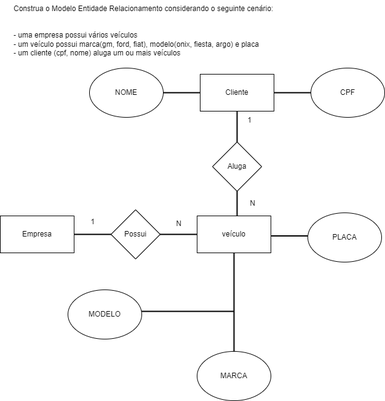
Above: 1.1-exercicio-pessoa-telefone-Página-3.drawio.png in matheuslima15lima/novo-projeto (draw.io), before the change. Source tidied: cells renumbered, new cells last; positions are measured from the earlier drawing's top-left corner, leaving out a move shared by most shapes.
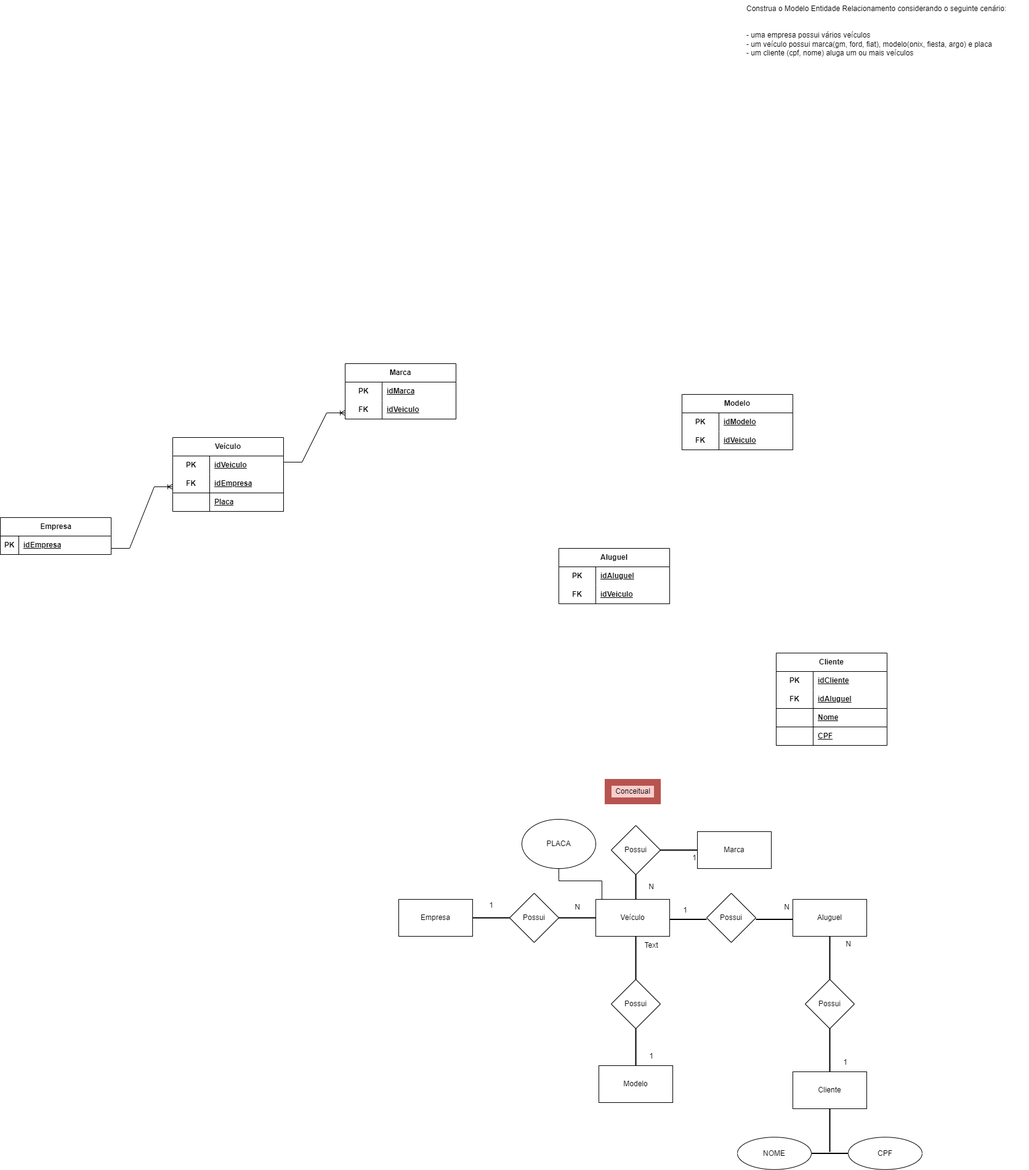
Above is the later version.

Commit message:
adicionando novos diagramas

The edit, as a diff of the source:
```diff
@@ -5,3 +5,3 @@
     <mxCell id="2" value="Construa o Modelo Entidade Relacionamento considerando o seguinte cenário:&#10;&#10;&#10;- uma empresa possui vários veículos&#10;- um veículo possui marca(gm, ford, fiat), modelo(onix, fiesta, argo) e placa&#10;- um cliente (cpf, nome) aluga um ou mais veículos" style="text;whiteSpace=wrap;" parent="1" vertex="1">
-      <mxGeometry x="20" width="460" height="110" as="geometry" />
+      <mxGeometry x="563" y="-1110" width="460" height="110" as="geometry" />
     </mxCell>
@@ -13,3 +13,3 @@
     </mxCell>
-    <mxCell id="5" value="veículo" style="rounded=0;whiteSpace=wrap;html=1;" parent="1" vertex="1">
+    <mxCell id="5" value="Veículo" style="rounded=0;whiteSpace=wrap;html=1;" parent="1" vertex="1">
       <mxGeometry x="320" y="350" width="120" height="60" as="geometry" />
@@ -28,4 +28,4 @@
     </mxCell>
-    <mxCell id="10" value="Cliente" style="rounded=0;whiteSpace=wrap;html=1;" parent="1" vertex="1">
-      <mxGeometry x="325" y="120" width="120" height="60" as="geometry" />
+    <mxCell id="10" value="Marca" style="rounded=0;whiteSpace=wrap;html=1;" parent="1" vertex="1">
+      <mxGeometry x="485" y="240" width="120" height="60" as="geometry" />
     </mxCell>
@@ -34,11 +34,5 @@
     </mxCell>
-    <mxCell id="12" value="Aluga" style="rhombus;whiteSpace=wrap;html=1;" parent="1" vertex="1">
+    <mxCell id="12" value="Possui" style="rhombus;whiteSpace=wrap;html=1;" parent="1" vertex="1">
       <mxGeometry x="345" y="230" width="80" height="80" as="geometry" />
     </mxCell>
-    <mxCell id="13" style="line;strokeWidth=2;direction=south;html=1;" parent="1" vertex="1">
-      <mxGeometry x="380" y="180" width="10" height="50" as="geometry" />
-    </mxCell>
-    <mxCell id="14" value="1" style="text;html=1;align=center;verticalAlign=middle;strokeColor=none;fillColor=none;" parent="1" vertex="1">
-      <mxGeometry x="390" y="180" width="30" height="30" as="geometry" />
-    </mxCell>
     <mxCell id="15" value="N" style="text;html=1;align=center;verticalAlign=middle;strokeColor=none;fillColor=none;" parent="1" vertex="1">
@@ -46,32 +40,252 @@
     </mxCell>
-    <mxCell id="16" style="line;strokeWidth=2;html=1;" parent="1" vertex="1">
-      <mxGeometry x="445" y="147.5" width="60" height="5" as="geometry" />
-    </mxCell>
+    <mxCell id="20" style="line;strokeWidth=2;html=1;" parent="1" vertex="1">
+      <mxGeometry x="440" y="380" width="60" height="5" as="geometry" />
+    </mxCell>
+    <mxCell id="23" style="line;strokeWidth=2;direction=south;html=1;" parent="1" vertex="1">
+      <mxGeometry x="380" y="410" width="10" height="70" as="geometry" />
+    </mxCell>
+    <mxCell id="26" value="Possui" style="rhombus;whiteSpace=wrap;html=1;" parent="1" vertex="1">
+      <mxGeometry x="345" y="480" width="80" height="80" as="geometry" />
+    </mxCell>
+    <mxCell id="27" style="line;strokeWidth=2;direction=south;html=1;" parent="1" vertex="1">
+      <mxGeometry x="380" y="560" width="10" height="70" as="geometry" />
+    </mxCell>
+    <mxCell id="28" value="Modelo" style="rounded=0;whiteSpace=wrap;html=1;" parent="1" vertex="1">
+      <mxGeometry x="325" y="620" width="120" height="60" as="geometry" />
+    </mxCell>
+    <mxCell id="29" style="edgeStyle=elbowEdgeStyle;elbow=vertical;endArrow=classic;html=1;curved=0;rounded=0;endSize=8;startSize=8;" parent="1" edge="1">
+      <mxGeometry relative="1" as="geometry">
+        <mxPoint x="330" y="350" as="sourcePoint" />
+        <mxPoint x="260" y="290" as="targetPoint" />
+        <Array as="points">
+          <mxPoint x="340" y="320" />
+        </Array>
+      </mxGeometry>
+    </mxCell>
+    <mxCell id="30" value="Possui" style="rhombus;whiteSpace=wrap;html=1;" parent="1" vertex="1">
+      <mxGeometry x="500" y="340" width="80" height="80" as="geometry" />
+    </mxCell>
+    <mxCell id="31" style="line;strokeWidth=2;html=1;" parent="1" vertex="1">
+      <mxGeometry x="580" y="380" width="60" height="5" as="geometry" />
+    </mxCell>
+    <mxCell id="32" value="Aluguel" style="rounded=0;whiteSpace=wrap;html=1;" parent="1" vertex="1">
+      <mxGeometry x="640" y="350" width="120" height="60" as="geometry" />
+    </mxCell>
+    <mxCell id="33" value="1" style="text;html=1;align=center;verticalAlign=middle;strokeColor=none;fillColor=none;" parent="1" vertex="1">
+      <mxGeometry x="395" y="590" width="30" height="30" as="geometry" />
+    </mxCell>
+    <mxCell id="34" value="Text" style="text;html=1;align=center;verticalAlign=middle;strokeColor=none;fillColor=none;" parent="1" vertex="1">
+      <mxGeometry x="385" y="410" width="50" height="30" as="geometry" />
+    </mxCell>
+    <mxCell id="35" style="line;strokeWidth=2;direction=south;html=1;" parent="1" vertex="1">
+      <mxGeometry x="695" y="410" width="10" height="70" as="geometry" />
+    </mxCell>
+    <mxCell id="36" value="Possui" style="rhombus;whiteSpace=wrap;html=1;" parent="1" vertex="1">
+      <mxGeometry x="660" y="480" width="80" height="80" as="geometry" />
+    </mxCell>
+    <mxCell id="37" style="line;strokeWidth=2;direction=south;html=1;" parent="1" vertex="1">
+      <mxGeometry x="695" y="560" width="10" height="70" as="geometry" />
+    </mxCell>
+    <mxCell id="38" value="Cliente" style="rounded=0;whiteSpace=wrap;html=1;" parent="1" vertex="1">
+      <mxGeometry x="640" y="630" width="120" height="60" as="geometry" />
+    </mxCell>
+    <mxCell id="39" value="1" style="text;html=1;align=center;verticalAlign=middle;strokeColor=none;fillColor=none;" parent="1" vertex="1">
+      <mxGeometry x="450" y="352.5" width="30" height="30" as="geometry" />
+    </mxCell>
+    <mxCell id="40" value="N" style="text;html=1;align=center;verticalAlign=middle;strokeColor=none;fillColor=none;" parent="1" vertex="1">
+      <mxGeometry x="615" y="348" width="30" height="30" as="geometry" />
+    </mxCell>
+    <mxCell id="41" value="N" style="text;html=1;align=center;verticalAlign=middle;strokeColor=none;fillColor=none;" parent="1" vertex="1">
+      <mxGeometry x="715" y="408" width="30" height="30" as="geometry" />
+    </mxCell>
+    <mxCell id="42" value="1" style="text;html=1;align=center;verticalAlign=middle;strokeColor=none;fillColor=none;" parent="1" vertex="1">
+      <mxGeometry x="710" y="600" width="30" height="30" as="geometry" />
+    </mxCell>
+    <mxCell id="43" style="line;strokeWidth=2;direction=south;html=1;" parent="1" vertex="1">
+      <mxGeometry x="695" y="690" width="10" height="70" as="geometry" />
+    </mxCell>
+    <mxCell id="44" style="line;strokeWidth=2;html=1;" parent="1" vertex="1">
+      <mxGeometry x="670" y="760" width="60" height="5" as="geometry" />
+    </mxCell>
+    <mxCell id="19" value="NOME" style="ellipse;whiteSpace=wrap;html=1;" parent="1" vertex="1">
+      <mxGeometry x="550" y="736.2" width="120" height="52.5" as="geometry" />
+    </mxCell>
     <mxCell id="17" value="CPF" style="ellipse;whiteSpace=wrap;html=1;" parent="1" vertex="1">
-      <mxGeometry x="505" y="110" width="120" height="80" as="geometry" />
+      <mxGeometry x="730" y="736.2" width="120" height="52.5" as="geometry" />
     </mxCell>
-    <mxCell id="18" style="line;strokeWidth=2;html=1;" parent="1" vertex="1">
-      <mxGeometry x="265" y="138.8" width="60" height="22.5" as="geometry" />
-    </mxCell>
-    <mxCell id="19" value="NOME" style="ellipse;whiteSpace=wrap;html=1;" parent="1" vertex="1">
-      <mxGeometry x="145" y="110" width="120" height="80" as="geometry" />
-    </mxCell>
-    <mxCell id="20" style="line;strokeWidth=2;html=1;" parent="1" vertex="1">
-      <mxGeometry x="440" y="380" width="60" height="5" as="geometry" />
-    </mxCell>
     <mxCell id="21" value="PLACA" style="ellipse;whiteSpace=wrap;html=1;" parent="1" vertex="1">
-      <mxGeometry x="500" y="345" width="120" height="80" as="geometry" />
+      <mxGeometry x="200" y="220" width="120" height="80" as="geometry" />
     </mxCell>
-    <mxCell id="22" value="MARCA" style="ellipse;whiteSpace=wrap;html=1;" parent="1" vertex="1">
-      <mxGeometry x="320" y="570" width="120" height="80" as="geometry" />
-    </mxCell>
-    <mxCell id="23" style="line;strokeWidth=2;direction=south;html=1;" parent="1" vertex="1">
-      <mxGeometry x="375" y="410" width="10" height="160" as="geometry" />
-    </mxCell>
-    <mxCell id="24" style="line;strokeWidth=2;html=1;" parent="1" vertex="1">
-      <mxGeometry x="220" y="500" width="160" height="10" as="geometry" />
-    </mxCell>
-    <mxCell id="25" value="MODELO" style="ellipse;whiteSpace=wrap;html=1;" parent="1" vertex="1">
-      <mxGeometry x="110" y="470" width="120" height="80" as="geometry" />
-    </mxCell>
+    <mxCell id="45" style="line;strokeWidth=2;html=1;" parent="1" vertex="1">
+      <mxGeometry x="425" y="210" width="60" height="120" as="geometry" />
+    </mxCell>
+    <mxCell id="46" value="1" style="text;html=1;align=center;verticalAlign=middle;strokeColor=none;fillColor=none;" parent="1" vertex="1">
+      <mxGeometry x="465" y="268" width="30" height="30" as="geometry" />
+    </mxCell>
+    <mxCell id="47" value="Empresa" style="shape=table;startSize=30;rowLines=0;fontStyle=1;align=center;html=1;" parent="1" vertex="1">
+      <mxGeometry x="-647" y="-270" width="180" height="60" as="geometry" />
+    </mxCell>
+    <mxCell id="48" style="shape=tableRow;horizontal=0;startSize=0;swimlaneHead=0;swimlaneBody=0;fillColor=none;top=0;left=0;right=0;bottom=1;" parent="47" vertex="1">
+      <mxGeometry y="30" width="180" height="30" as="geometry" />
+    </mxCell>
+    <mxCell id="49" value="PK" style="shape=partialRectangle;fillColor=none;top=0;left=0;bottom=0;right=0;fontStyle=1;overflow=hidden;whiteSpace=wrap;html=1;" parent="48" vertex="1">
+      <mxGeometry width="30" height="30" as="geometry" />
+    </mxCell>
+    <mxCell id="50" value="idEmpresa" style="shape=partialRectangle;fillColor=none;top=0;left=0;bottom=0;right=0;align=left;spacingLeft=6;fontStyle=5;overflow=hidden;whiteSpace=wrap;html=1;" parent="48" vertex="1">
+      <mxGeometry x="30" width="150" height="30" as="geometry" />
+    </mxCell>
+    <mxCell id="51" value="Veículo" style="shape=table;startSize=30;rowLines=0;fontStyle=1;align=center;html=1;whiteSpace=wrap;" parent="1" vertex="1">
+      <mxGeometry x="-367" y="-400" width="180" height="120" as="geometry" />
+    </mxCell>
+    <mxCell id="52" style="shape=tableRow;horizontal=0;startSize=0;swimlaneHead=0;swimlaneBody=0;fillColor=none;top=0;left=0;right=0;bottom=0;html=1;" parent="51" vertex="1">
+      <mxGeometry y="30" width="180" height="30" as="geometry" />
+    </mxCell>
+    <mxCell id="53" value="PK" style="shape=partialRectangle;fillColor=none;top=0;left=0;bottom=0;right=0;fontStyle=1;overflow=hidden;html=1;whiteSpace=wrap;" parent="52" vertex="1">
+      <mxGeometry width="60" height="30" as="geometry" />
+    </mxCell>
+    <mxCell id="54" value="idVeiculo" style="shape=partialRectangle;fillColor=none;top=0;left=0;bottom=0;right=0;align=left;spacingLeft=6;fontStyle=5;overflow=hidden;html=1;whiteSpace=wrap;" parent="52" vertex="1">
+      <mxGeometry x="60" width="120" height="30" as="geometry" />
+    </mxCell>
+    <mxCell id="55" style="shape=tableRow;horizontal=0;startSize=0;swimlaneHead=0;swimlaneBody=0;fillColor=none;top=0;left=0;right=0;bottom=1;html=1;" parent="51" vertex="1">
+      <mxGeometry y="60" width="180" height="30" as="geometry" />
+    </mxCell>
+    <mxCell id="56" value="FK" style="shape=partialRectangle;fillColor=none;top=0;left=0;bottom=0;right=0;fontStyle=1;overflow=hidden;html=1;whiteSpace=wrap;" parent="55" vertex="1">
+      <mxGeometry width="60" height="30" as="geometry" />
+    </mxCell>
+    <mxCell id="57" value="idEmpresa" style="shape=partialRectangle;fillColor=none;top=0;left=0;bottom=0;right=0;align=left;spacingLeft=6;fontStyle=5;overflow=hidden;html=1;whiteSpace=wrap;" parent="55" vertex="1">
+      <mxGeometry x="60" width="120" height="30" as="geometry" />
+    </mxCell>
+    <mxCell id="58" style="shape=tableRow;horizontal=0;startSize=0;swimlaneHead=0;swimlaneBody=0;fillColor=none;top=0;left=0;right=0;bottom=1;html=1;" parent="51" vertex="1">
+      <mxGeometry y="90" width="180" height="30" as="geometry" />
+    </mxCell>
+    <mxCell id="59" style="shape=partialRectangle;fillColor=none;top=0;left=0;bottom=0;right=0;fontStyle=1;overflow=hidden;html=1;whiteSpace=wrap;" parent="58" vertex="1">
+      <mxGeometry width="60" height="30" as="geometry" />
+    </mxCell>
+    <mxCell id="60" value="Placa" style="shape=partialRectangle;fillColor=none;top=0;left=0;bottom=0;right=0;align=left;spacingLeft=6;fontStyle=5;overflow=hidden;html=1;whiteSpace=wrap;" parent="58" vertex="1">
+      <mxGeometry x="60" width="120" height="30" as="geometry" />
+    </mxCell>
+    <mxCell id="61" value="Aluguel" style="shape=table;startSize=30;rowLines=0;fontStyle=1;align=center;html=1;whiteSpace=wrap;" parent="1" vertex="1">
+      <mxGeometry x="260" y="-220" width="180" height="90" as="geometry" />
+    </mxCell>
+    <mxCell id="62" style="shape=tableRow;horizontal=0;startSize=0;swimlaneHead=0;swimlaneBody=0;fillColor=none;top=0;left=0;right=0;bottom=0;html=1;" parent="61" vertex="1">
+      <mxGeometry y="30" width="180" height="30" as="geometry" />
+    </mxCell>
+    <mxCell id="63" value="PK" style="shape=partialRectangle;fillColor=none;top=0;left=0;bottom=0;right=0;fontStyle=1;overflow=hidden;html=1;whiteSpace=wrap;" parent="62" vertex="1">
+      <mxGeometry width="60" height="30" as="geometry" />
+    </mxCell>
+    <mxCell id="64" value="idAluguel" style="shape=partialRectangle;fillColor=none;top=0;left=0;bottom=0;right=0;align=left;spacingLeft=6;fontStyle=5;overflow=hidden;html=1;whiteSpace=wrap;" parent="62" vertex="1">
+      <mxGeometry x="60" width="120" height="30" as="geometry" />
+    </mxCell>
+    <mxCell id="65" style="shape=tableRow;horizontal=0;startSize=0;swimlaneHead=0;swimlaneBody=0;fillColor=none;top=0;left=0;right=0;bottom=1;html=1;" parent="61" vertex="1">
+      <mxGeometry y="60" width="180" height="30" as="geometry" />
+    </mxCell>
+    <mxCell id="66" value="FK" style="shape=partialRectangle;fillColor=none;top=0;left=0;bottom=0;right=0;fontStyle=1;overflow=hidden;html=1;whiteSpace=wrap;" parent="65" vertex="1">
+      <mxGeometry width="60" height="30" as="geometry" />
+    </mxCell>
+    <mxCell id="67" value="idVeiculo" style="shape=partialRectangle;fillColor=none;top=0;left=0;bottom=0;right=0;align=left;spacingLeft=6;fontStyle=5;overflow=hidden;html=1;whiteSpace=wrap;" parent="65" vertex="1">
+      <mxGeometry x="60" width="120" height="30" as="geometry" />
+    </mxCell>
+    <mxCell id="68" value="Modelo" style="shape=table;startSize=30;rowLines=0;fontStyle=1;align=center;html=1;whiteSpace=wrap;" parent="1" vertex="1">
+      <mxGeometry x="460" y="-470" width="180" height="90" as="geometry" />
+    </mxCell>
+    <mxCell id="69" style="shape=tableRow;horizontal=0;startSize=0;swimlaneHead=0;swimlaneBody=0;fillColor=none;top=0;left=0;right=0;bottom=0;html=1;" parent="68" vertex="1">
+      <mxGeometry y="30" width="180" height="30" as="geometry" />
+    </mxCell>
+    <mxCell id="70" value="PK" style="shape=partialRectangle;fillColor=none;top=0;left=0;bottom=0;right=0;fontStyle=1;overflow=hidden;html=1;whiteSpace=wrap;" parent="69" vertex="1">
+      <mxGeometry width="60" height="30" as="geometry" />
+    </mxCell>
+    <mxCell id="71" value="idModelo" style="shape=partialRectangle;fillColor=none;top=0;left=0;bottom=0;right=0;align=left;spacingLeft=6;fontStyle=5;overflow=hidden;html=1;whiteSpace=wrap;" parent="69" vertex="1">
+      <mxGeometry x="60" width="120" height="30" as="geometry" />
+    </mxCell>
+    <mxCell id="72" style="shape=tableRow;horizontal=0;startSize=0;swimlaneHead=0;swimlaneBody=0;fillColor=none;top=0;left=0;right=0;bottom=1;html=1;" parent="68" vertex="1">
+      <mxGeometry y="60" width="180" height="30" as="geometry" />
+    </mxCell>
+    <mxCell id="73" value="FK" style="shape=partialRectangle;fillColor=none;top=0;left=0;bottom=0;right=0;fontStyle=1;overflow=hidden;html=1;whiteSpace=wrap;" parent="72" vertex="1">
+      <mxGeometry width="60" height="30" as="geometry" />
+    </mxCell>
+    <mxCell id="74" value="idVeiculo" style="shape=partialRectangle;fillColor=none;top=0;left=0;bottom=0;right=0;align=left;spacingLeft=6;fontStyle=5;overflow=hidden;html=1;whiteSpace=wrap;" parent="72" vertex="1">
+      <mxGeometry x="60" width="120" height="30" as="geometry" />
+    </mxCell>
+    <mxCell id="75" value="Cliente" style="shape=table;startSize=30;rowLines=0;fontStyle=1;align=center;html=1;whiteSpace=wrap;" parent="1" vertex="1">
+      <mxGeometry x="613" y="-50" width="180" height="150" as="geometry" />
+    </mxCell>
+    <mxCell id="76" style="shape=tableRow;horizontal=0;startSize=0;swimlaneHead=0;swimlaneBody=0;fillColor=none;top=0;left=0;right=0;bottom=0;html=1;" parent="75" vertex="1">
+      <mxGeometry y="30" width="180" height="30" as="geometry" />
+    </mxCell>
+    <mxCell id="77" value="PK" style="shape=partialRectangle;fillColor=none;top=0;left=0;bottom=0;right=0;fontStyle=1;overflow=hidden;html=1;whiteSpace=wrap;" parent="76" vertex="1">
+      <mxGeometry width="60" height="30" as="geometry" />
+    </mxCell>
+    <mxCell id="78" value="idCliente" style="shape=partialRectangle;fillColor=none;top=0;left=0;bottom=0;right=0;align=left;spacingLeft=6;fontStyle=5;overflow=hidden;html=1;whiteSpace=wrap;" parent="76" vertex="1">
+      <mxGeometry x="60" width="120" height="30" as="geometry" />
+    </mxCell>
+    <mxCell id="79" style="shape=tableRow;horizontal=0;startSize=0;swimlaneHead=0;swimlaneBody=0;fillColor=none;top=0;left=0;right=0;bottom=1;html=1;" parent="75" vertex="1">
+      <mxGeometry y="60" width="180" height="30" as="geometry" />
+    </mxCell>
+    <mxCell id="80" value="FK" style="shape=partialRectangle;fillColor=none;top=0;left=0;bottom=0;right=0;fontStyle=1;overflow=hidden;html=1;whiteSpace=wrap;" parent="79" vertex="1">
+      <mxGeometry width="60" height="30" as="geometry" />
+    </mxCell>
+    <mxCell id="81" value="idAluguel" style="shape=partialRectangle;fillColor=none;top=0;left=0;bottom=0;right=0;align=left;spacingLeft=6;fontStyle=5;overflow=hidden;html=1;whiteSpace=wrap;" parent="79" vertex="1">
+      <mxGeometry x="60" width="120" height="30" as="geometry" />
+    </mxCell>
+    <mxCell id="82" style="shape=tableRow;horizontal=0;startSize=0;swimlaneHead=0;swimlaneBody=0;fillColor=none;top=0;left=0;right=0;bottom=1;html=1;" parent="75" vertex="1">
+      <mxGeometry y="90" width="180" height="30" as="geometry" />
+    </mxCell>
+    <mxCell id="83" style="shape=partialRectangle;fillColor=none;top=0;left=0;bottom=0;right=0;fontStyle=1;overflow=hidden;html=1;whiteSpace=wrap;" parent="82" vertex="1">
+      <mxGeometry width="60" height="30" as="geometry" />
+    </mxCell>
+    <mxCell id="84" value="Nome" style="shape=partialRectangle;fillColor=none;top=0;left=0;bottom=0;right=0;align=left;spacingLeft=6;fontStyle=5;overflow=hidden;html=1;whiteSpace=wrap;" parent="82" vertex="1">
+      <mxGeometry x="60" width="120" height="30" as="geometry" />
+    </mxCell>
+    <mxCell id="85" style="shape=tableRow;horizontal=0;startSize=0;swimlaneHead=0;swimlaneBody=0;fillColor=none;top=0;left=0;right=0;bottom=1;html=1;" parent="75" vertex="1">
+      <mxGeometry y="120" width="180" height="30" as="geometry" />
+    </mxCell>
+    <mxCell id="86" style="shape=partialRectangle;fillColor=none;top=0;left=0;bottom=0;right=0;fontStyle=1;overflow=hidden;html=1;whiteSpace=wrap;" parent="85" vertex="1">
+      <mxGeometry width="60" height="30" as="geometry" />
+    </mxCell>
+    <mxCell id="87" value="CPF" style="shape=partialRectangle;fillColor=none;top=0;left=0;bottom=0;right=0;align=left;spacingLeft=6;fontStyle=5;overflow=hidden;html=1;whiteSpace=wrap;" parent="85" vertex="1">
+      <mxGeometry x="60" width="120" height="30" as="geometry" />
+    </mxCell>
+    <mxCell id="88" value="Conceitual" style="text;html=1;align=center;verticalAlign=middle;strokeColor=#b85450;fillColor=#f8cecc;strokeWidth=11;" parent="1" vertex="1">
+      <mxGeometry x="340" y="160" width="80" height="30" as="geometry" />
+    </mxCell>
+    <mxCell id="89" style="edgeStyle=entityRelationEdgeStyle;fontSize=12;html=1;endArrow=ERoneToMany;rounded=0;" parent="1" edge="1">
+      <mxGeometry relative="1" as="geometry">
+        <mxPoint x="-467" y="-220" as="sourcePoint" />
+        <mxPoint x="-367" y="-320" as="targetPoint" />
+      </mxGeometry>
+    </mxCell>
+    <mxCell id="90" value="Marca" style="shape=table;startSize=30;rowLines=0;fontStyle=1;align=center;html=1;whiteSpace=wrap;" parent="1" vertex="1">
+      <mxGeometry x="-87" y="-520" width="180" height="90" as="geometry" />
+    </mxCell>
+    <mxCell id="91" style="shape=tableRow;horizontal=0;startSize=0;swimlaneHead=0;swimlaneBody=0;fillColor=none;top=0;left=0;right=0;bottom=0;html=1;" parent="90" vertex="1">
+      <mxGeometry y="30" width="180" height="30" as="geometry" />
+    </mxCell>
+    <mxCell id="92" value="PK" style="shape=partialRectangle;fillColor=none;top=0;left=0;bottom=0;right=0;fontStyle=1;overflow=hidden;html=1;whiteSpace=wrap;" parent="91" vertex="1">
+      <mxGeometry width="60" height="30" as="geometry" />
+    </mxCell>
+    <mxCell id="93" value="idMarca" style="shape=partialRectangle;fillColor=none;top=0;left=0;bottom=0;right=0;align=left;spacingLeft=6;fontStyle=5;overflow=hidden;html=1;whiteSpace=wrap;" parent="91" vertex="1">
+      <mxGeometry x="60" width="120" height="30" as="geometry" />
+    </mxCell>
+    <mxCell id="94" style="shape=tableRow;horizontal=0;startSize=0;swimlaneHead=0;swimlaneBody=0;fillColor=none;top=0;left=0;right=0;bottom=1;html=1;" parent="90" vertex="1">
+      <mxGeometry y="60" width="180" height="30" as="geometry" />
+    </mxCell>
+    <mxCell id="95" value="FK" style="shape=partialRectangle;fillColor=none;top=0;left=0;bottom=0;right=0;fontStyle=1;overflow=hidden;html=1;whiteSpace=wrap;" parent="94" vertex="1">
+      <mxGeometry width="60" height="30" as="geometry" />
+    </mxCell>
+    <mxCell id="96" value="idVeiculo" style="shape=partialRectangle;fillColor=none;top=0;left=0;bottom=0;right=0;align=left;spacingLeft=6;fontStyle=5;overflow=hidden;html=1;whiteSpace=wrap;" parent="94" vertex="1">
+      <mxGeometry x="60" width="120" height="30" as="geometry" />
+    </mxCell>
+    <mxCell id="97" style="edgeStyle=entityRelationEdgeStyle;fontSize=12;html=1;endArrow=ERoneToMany;rounded=0;" parent="1" edge="1">
+      <mxGeometry relative="1" as="geometry">
+        <mxPoint x="-187" y="-360" as="sourcePoint" />
+        <mxPoint x="-87" y="-440" as="targetPoint" />
+        <Array as="points">
+          <mxPoint x="283" y="-410" />
+          <mxPoint x="-177" y="-400" />
+          <mxPoint x="-97" y="-430" />
+          <mxPoint x="253" y="-400" />
+          <mxPoint x="-47" y="-360" />
+        </Array>
+      </mxGeometry>
+    </mxCell>
   </root>
```
